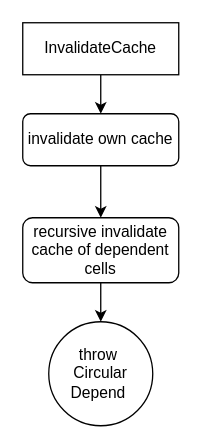
Earlier version of the draw.io diagram cach_invalidation.drawio (misandr/test_homework). Source tidied: cells renumbered, new cells numbered last; positions are measured from the earlier drawing's top-left corner, leaving out a move shared by most shapes. Both pictures are drawn from the tidied source at 130%, with x=0, y=0 at pixel (22, 22).
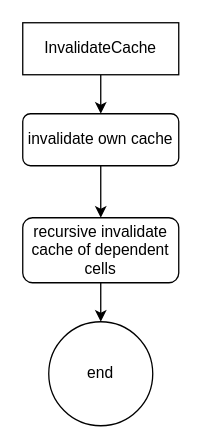
The same page after the edit.

The edit, as a diff of the source:
```diff
@@
 <mxGraphModel>
   <root>
     <mxCell id="0" />
     <mxCell id="1" parent="0" />
     <mxCell id="2" style="edgeStyle=orthogonalEdgeStyle;rounded=0;jettySize=auto;html=1;entryX=0.5;entryY=0;entryDx=0;entryDy=0;" parent="1" edge="1" target="4">
       <mxGeometry relative="1" as="geometry">
         <mxPoint x="60" y="40" as="sourcePoint" />
       </mxGeometry>
     </mxCell>
     <mxCell id="3" style="edgeStyle=orthogonalEdgeStyle;rounded=0;jettySize=auto;html=1;entryX=0.5;entryY=0;entryDx=0;entryDy=0;" parent="1" edge="1" source="4">
       <mxGeometry relative="1" as="geometry">
         <mxPoint x="60" y="150" as="targetPoint" />
       </mxGeometry>
     </mxCell>
     <mxCell id="4" value="invalidate own cache" style="rounded=1;whiteSpace=wrap;html=1;fontSize=12;glass=0;strokeWidth=1;shadow=0;" parent="1" vertex="1">
       <mxGeometry y="70" width="120" height="40" as="geometry" />
     </mxCell>
-    <mxCell id="5" value="throw&amp;nbsp;&lt;div&gt;Circular&lt;/div&gt;&lt;div&gt;Depend&amp;nbsp;&lt;/div&gt;" style="ellipse;whiteSpace=wrap;html=1;" parent="1" vertex="1">
+    <mxCell id="5" value="end" style="ellipse;whiteSpace=wrap;html=1;" parent="1" vertex="1">
       <mxGeometry x="20" y="230" width="80" height="80" as="geometry" />
     </mxCell>
     <mxCell id="6" style="edgeStyle=orthogonalEdgeStyle;rounded=0;jettySize=auto;html=1;entryX=0.5;entryY=0;entryDx=0;entryDy=0;" parent="1" edge="1" source="7" target="5">
       <mxGeometry relative="1" as="geometry" />
     </mxCell>
     <mxCell id="7" value="recursive invalidate cache of dependent cells" style="rounded=1;whiteSpace=wrap;html=1;fontSize=12;glass=0;strokeWidth=1;shadow=0;" parent="1" vertex="1">
       <mxGeometry y="150" width="120" height="50" as="geometry" />
     </mxCell>
     <mxCell id="8" value="InvalidateCache" style="rounded=0;whiteSpace=wrap;html=1;" parent="1" vertex="1">
       <mxGeometry width="120" height="40" as="geometry" />
     </mxCell>
   </root>
 </mxGraphModel>
```
